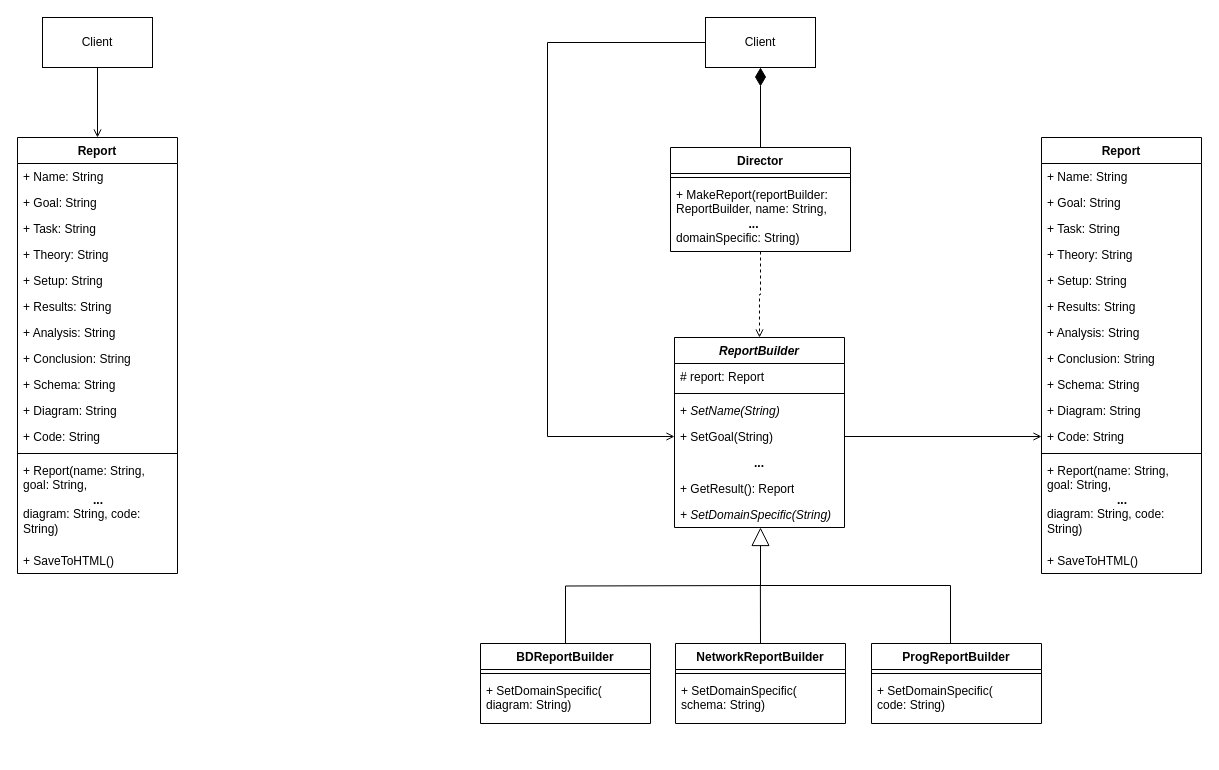
The draw.io diagram Lab_1/Lab_1.drawio in 4lnULpGkuW/OOAD2, before the edit. Source tidied: cells renumbered, new cells numbered last; positions are measured from the earlier drawing's top-left corner, leaving out a move shared by most shapes. Both pictures are drawn from the tidied source at 100%, with x=0, y=0 at pixel (17, 17).
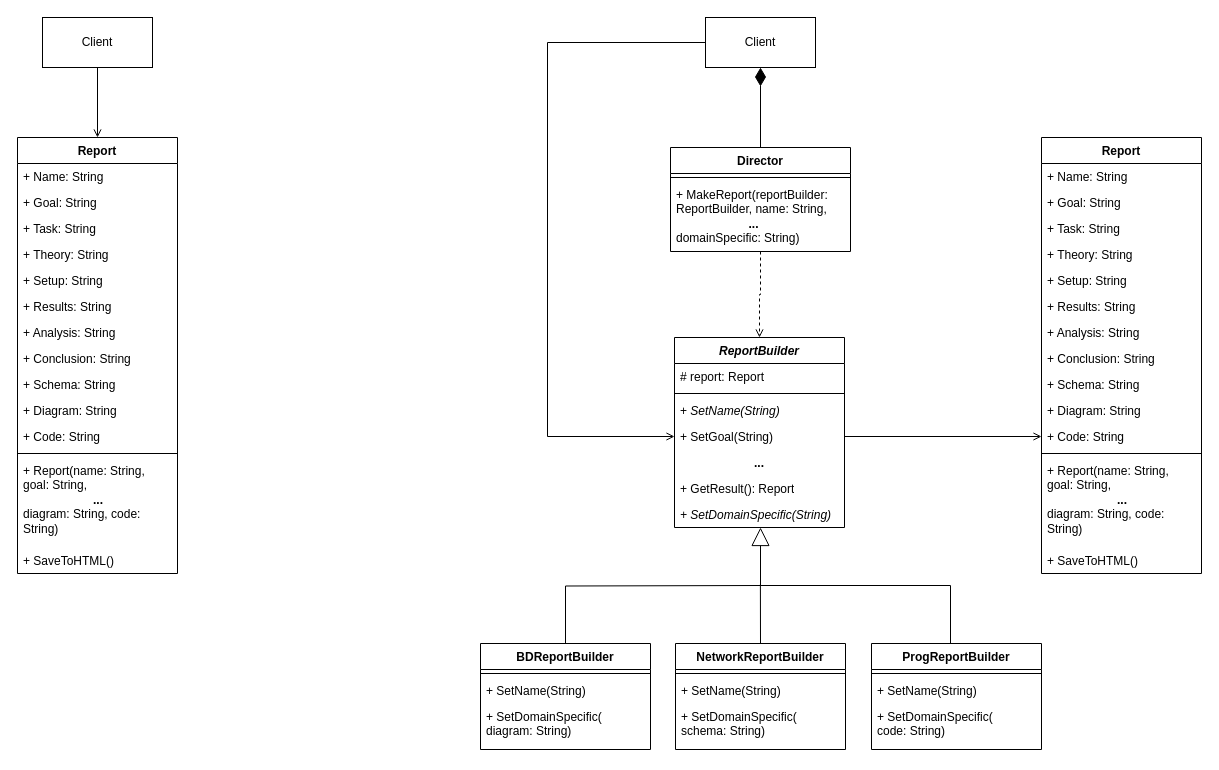
Above is the later version.

Commit message (it also covers changes not shown here):
concrete builders functions changed

Change to the diagram source:
```diff
@@
     <mxCell id="36" value="BDReportBuilder" style="swimlane;fontStyle=1;align=center;verticalAlign=top;horizontal=1;startSize=26;whiteSpace=wrap;html=1;" parent="1" vertex="1">
-      <mxGeometry x="463" y="626" width="170" height="80" as="geometry" />
+      <mxGeometry x="463" y="626" width="170" height="106" as="geometry" />
     </mxCell>
@@
+    <mxCell id="62" value="+ &lt;span&gt;SetName(String)&lt;/span&gt;" style="text;strokeColor=none;fillColor=none;align=left;verticalAlign=top;spacingLeft=4;spacingRight=4;overflow=hidden;whiteSpace=wrap;html=1;fontStyle=0;" parent="36" vertex="1">
+      <mxGeometry y="34" width="170" height="26" as="geometry" />
+    </mxCell>
     <mxCell id="38" value="+ SetDomainSpecific(&lt;div&gt;diagram: String)&lt;/div&gt;" style="text;strokeColor=none;fillColor=none;align=left;verticalAlign=top;spacingLeft=4;spacingRight=4;overflow=hidden;whiteSpace=wrap;html=1;" parent="36" vertex="1">
-      <mxGeometry y="34" width="170" height="46" as="geometry" />
+      <mxGeometry y="60" width="170" height="46" as="geometry" />
     </mxCell>
     <mxCell id="39" value="NetworkReportBuilder" style="swimlane;fontStyle=1;align=center;verticalAlign=top;horizontal=1;startSize=26;whiteSpace=wrap;html=1;" parent="1" vertex="1">
-      <mxGeometry x="658" y="626" width="170" height="80" as="geometry" />
+      <mxGeometry x="658" y="626" width="170" height="106" as="geometry" />
     </mxCell>
@@
+    <mxCell id="63" value="+ &lt;span&gt;SetName(String)&lt;/span&gt;" style="text;strokeColor=none;fillColor=none;align=left;verticalAlign=top;spacingLeft=4;spacingRight=4;overflow=hidden;whiteSpace=wrap;html=1;fontStyle=0;" parent="39" vertex="1">
+      <mxGeometry y="34" width="170" height="26" as="geometry" />
+    </mxCell>
     <mxCell id="41" value="+ SetDomainSpecific(&lt;div&gt;schema: String)&lt;/div&gt;" style="text;strokeColor=none;fillColor=none;align=left;verticalAlign=top;spacingLeft=4;spacingRight=4;overflow=hidden;whiteSpace=wrap;html=1;" parent="39" vertex="1">
-      <mxGeometry y="34" width="170" height="46" as="geometry" />
+      <mxGeometry y="60" width="170" height="46" as="geometry" />
     </mxCell>
     <mxCell id="42" value="ProgReportBuilder" style="swimlane;fontStyle=1;align=center;verticalAlign=top;horizontal=1;startSize=26;whiteSpace=wrap;html=1;" parent="1" vertex="1">
-      <mxGeometry x="854" y="626" width="170" height="80" as="geometry" />
+      <mxGeometry x="854" y="626" width="170" height="106" as="geometry" />
     </mxCell>
@@
+    <mxCell id="64" value="+ &lt;span&gt;SetName(String)&lt;/span&gt;" style="text;strokeColor=none;fillColor=none;align=left;verticalAlign=top;spacingLeft=4;spacingRight=4;overflow=hidden;whiteSpace=wrap;html=1;fontStyle=0;" parent="42" vertex="1">
+      <mxGeometry y="34" width="170" height="26" as="geometry" />
+    </mxCell>
     <mxCell id="44" value="+ SetDomainSpecific(&lt;div&gt;code: String)&lt;/div&gt;" style="text;strokeColor=none;fillColor=none;align=left;verticalAlign=top;spacingLeft=4;spacingRight=4;overflow=hidden;whiteSpace=wrap;html=1;" parent="42" vertex="1">
-      <mxGeometry y="34" width="170" height="46" as="geometry" />
+      <mxGeometry y="60" width="170" height="46" as="geometry" />
     </mxCell>
```
